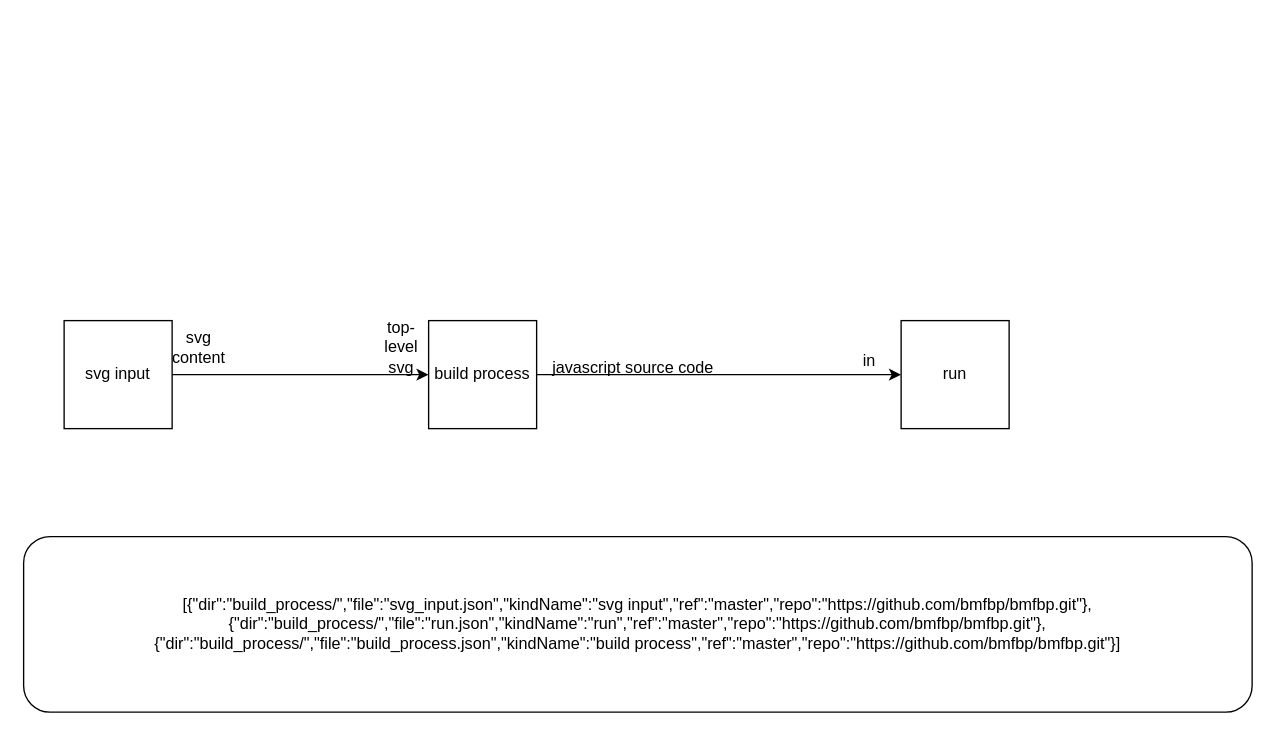
This is page "ide.svg" (1 of 3) of build_process/build_process.drawio from bmfbp/bmfbp, a draw.io file, before an edit. Source tidied: cells renumbered, new cells numbered last; positions are measured from the earlier drawing's top-left corner, leaving out a move shared by most shapes. Both pictures are drawn from the tidied source at 135%, with x=0, y=0 at pixel (23, 320).
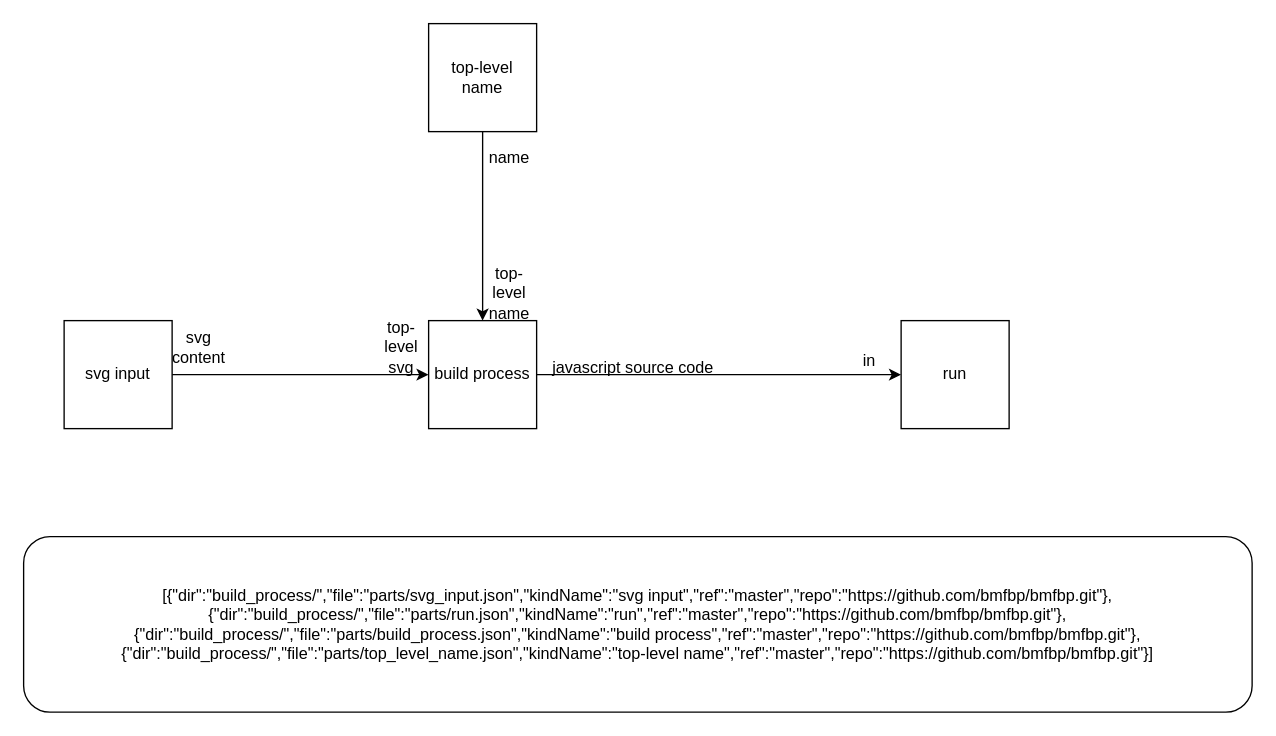
The same page after the edit.

The edit, as a diff of the source:
```diff
@@
 <mxGraphModel>
   <root>
     <mxCell id="0" />
     <mxCell id="1" parent="0" />
     <mxCell id="2" style="edgeStyle=orthogonalEdgeStyle;rounded=0;jettySize=auto;html=1;exitX=1;exitY=0.5;exitDx=0;exitDy=0;entryX=0;entryY=0.5;entryDx=0;entryDy=0;" parent="1" edge="1" source="3" target="5">
       <mxGeometry relative="1" as="geometry" />
     </mxCell>
     <mxCell id="3" value="svg input" style="whiteSpace=wrap;html=1;" parent="1" vertex="1">
       <mxGeometry x="30" width="80" height="80" as="geometry" />
     </mxCell>
     <mxCell id="4" style="edgeStyle=orthogonalEdgeStyle;rounded=0;jettySize=auto;html=1;exitX=1;exitY=0.5;exitDx=0;exitDy=0;entryX=0;entryY=0.5;entryDx=0;entryDy=0;" parent="1" edge="1" source="5" target="10">
       <mxGeometry relative="1" as="geometry" />
     </mxCell>
     <mxCell id="5" value="build process&lt;br&gt;" style="whiteSpace=wrap;html=1;" parent="1" vertex="1">
       <mxGeometry x="300" width="80" height="80" as="geometry" />
     </mxCell>
     <mxCell id="6" value="top-level svg" style="text;html=1;strokeColor=none;fillColor=none;align=center;verticalAlign=middle;whiteSpace=wrap;rounded=0;" parent="1" vertex="1">
       <mxGeometry x="260" y="10" width="40" height="20" as="geometry" />
     </mxCell>
     <mxCell id="7" value="svg content" style="text;html=1;strokeColor=none;fillColor=none;align=center;verticalAlign=middle;whiteSpace=wrap;rounded=0;" parent="1" vertex="1">
       <mxGeometry x="110" y="10" width="40" height="20" as="geometry" />
     </mxCell>
-    <mxCell id="8" value="&lt;span&gt;[{&quot;dir&quot;:&quot;build_process/&quot;,&quot;file&quot;:&quot;svg_input.json&quot;,&quot;kindName&quot;:&quot;svg input&quot;,&quot;ref&quot;:&quot;master&quot;,&quot;repo&quot;:&quot;https://github.com/bmfbp/bmfbp.git&quot;},{&quot;dir&quot;:&quot;build_process/&quot;,&quot;file&quot;:&quot;run.json&quot;,&quot;kindName&quot;:&quot;run&quot;,&quot;ref&quot;:&quot;master&quot;,&quot;repo&quot;:&quot;https://github.com/bmfbp/bmfbp.git&quot;},{&quot;dir&quot;:&quot;build_process/&quot;,&quot;file&quot;:&quot;build_process.json&quot;,&quot;kindName&quot;:&quot;build process&quot;,&quot;ref&quot;:&quot;master&quot;,&quot;repo&quot;:&quot;https://github.com/bmfbp/bmfbp.git&quot;}]&lt;/span&gt;" style="rounded=1;whiteSpace=wrap;html=1;" parent="1" vertex="1">
+    <mxCell id="8" value="[{&quot;dir&quot;:&quot;build_process/&quot;,&quot;file&quot;:&quot;parts/svg_input.json&quot;,&quot;kindName&quot;:&quot;svg input&quot;,&quot;ref&quot;:&quot;master&quot;,&quot;repo&quot;:&quot;https://github.com/bmfbp/bmfbp.git&quot;},{&quot;dir&quot;:&quot;build_process/&quot;,&quot;file&quot;:&quot;parts/run.json&quot;,&quot;kindName&quot;:&quot;run&quot;,&quot;ref&quot;:&quot;master&quot;,&quot;repo&quot;:&quot;https://github.com/bmfbp/bmfbp.git&quot;},{&quot;dir&quot;:&quot;build_process/&quot;,&quot;file&quot;:&quot;parts/build_process.json&quot;,&quot;kindName&quot;:&quot;build process&quot;,&quot;ref&quot;:&quot;master&quot;,&quot;repo&quot;:&quot;https://github.com/bmfbp/bmfbp.git&quot;},{&quot;dir&quot;:&quot;build_process/&quot;,&quot;file&quot;:&quot;parts/top_level_name.json&quot;,&quot;kindName&quot;:&quot;top-level name&quot;,&quot;ref&quot;:&quot;master&quot;,&quot;repo&quot;:&quot;https://github.com/bmfbp/bmfbp.git&quot;}]" style="rounded=1;whiteSpace=wrap;html=1;" parent="1" vertex="1">
       <mxGeometry y="160" width="910" height="130" as="geometry" />
     </mxCell>
     <mxCell id="9" value="&lt;span&gt;javascript source code&lt;/span&gt;" style="text;html=1;align=left;verticalAlign=top;spacingTop=-4;" parent="1" vertex="1">
       <mxGeometry x="390" y="25" width="130" height="10" as="geometry" />
     </mxCell>
     <mxCell id="10" value="run" style="whiteSpace=wrap;html=1;" parent="1" vertex="1">
       <mxGeometry x="650" width="80" height="80" as="geometry" />
     </mxCell>
     <mxCell id="11" value="in" style="text;html=1;align=left;verticalAlign=top;spacingTop=-4;" parent="1" vertex="1">
       <mxGeometry x="620" y="20" width="20" height="10" as="geometry" />
     </mxCell>
+    <mxCell id="12" style="edgeStyle=orthogonalEdgeStyle;rounded=0;jettySize=auto;html=1;exitX=0.5;exitY=1;exitDx=0;exitDy=0;" parent="1" edge="1" source="13" target="5">
+      <mxGeometry relative="1" as="geometry" />
+    </mxCell>
+    <mxCell id="13" value="top-level name" style="whiteSpace=wrap;html=1;" parent="1" vertex="1">
+      <mxGeometry x="300" y="-220" width="80" height="80" as="geometry" />
+    </mxCell>
+    <mxCell id="14" value="top-level name" style="text;html=1;strokeColor=none;fillColor=none;align=center;verticalAlign=middle;whiteSpace=wrap;rounded=0;" parent="1" vertex="1">
+      <mxGeometry x="340" y="-30" width="40" height="20" as="geometry" />
+    </mxCell>
+    <mxCell id="15" value="name" style="text;html=1;strokeColor=none;fillColor=none;align=center;verticalAlign=middle;whiteSpace=wrap;rounded=0;" parent="1" vertex="1">
+      <mxGeometry x="340" y="-130" width="40" height="20" as="geometry" />
+    </mxCell>
   </root>
 </mxGraphModel>
```
